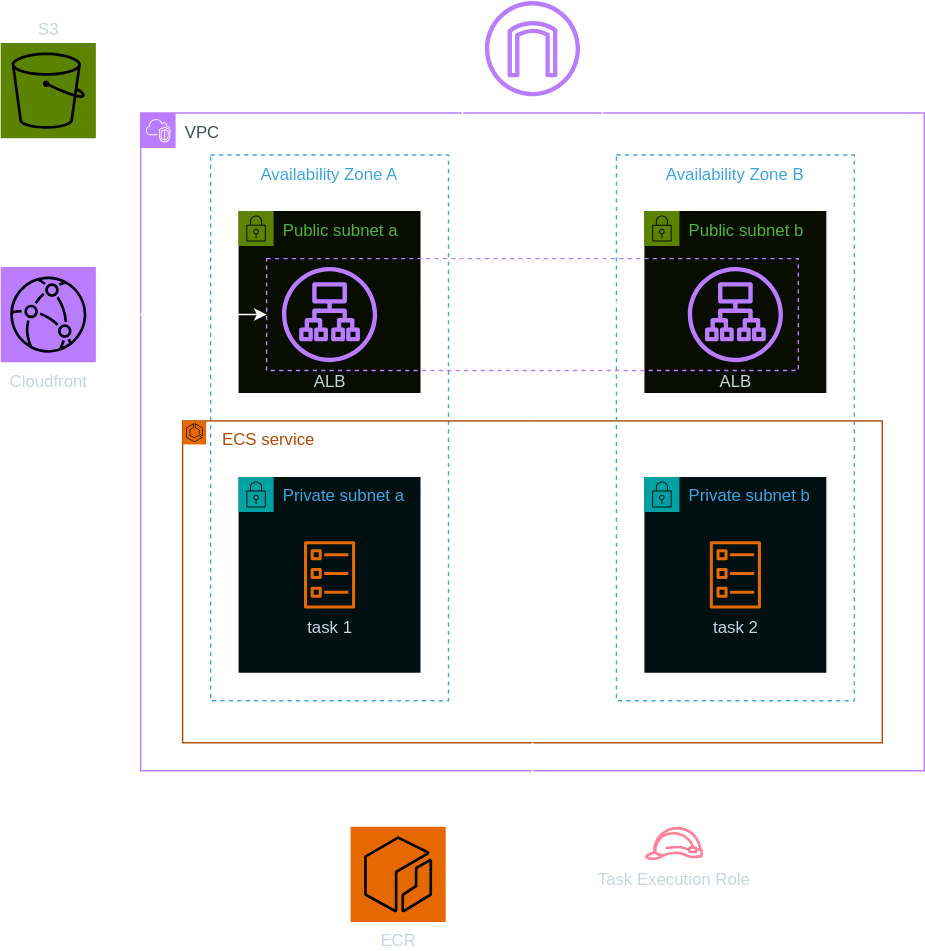
This is docs/media/lab_4_arch.drawio.svg from superluminar-io/aws_advanced_workshop, a draw.io export, as it was before one commit. Source tidied: cells renumbered, new cells last; positions are measured from the earlier drawing's top-left corner, leaving out a move shared by most shapes.
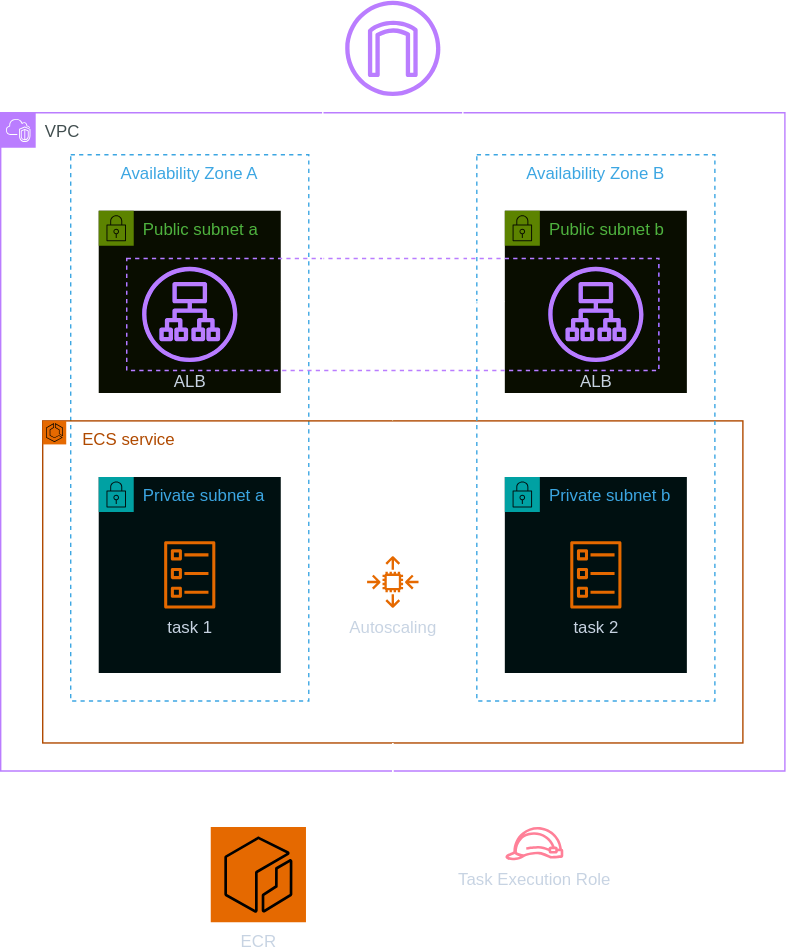
The same diagram one commit later.

Change to the diagram source:
```diff
@@ -20,6 +20,9 @@
     <mxCell id="7" style="sketch=0;fontColor=#232F3E;fillColor=#ED7100;strokeColor=#ffffff;dashed=0;verticalLabelPosition=bottom;verticalAlign=top;align=center;html=1;fontSize=12;fontStyle=0;shape=mxgraph.aws4.resourceIcon;resIcon=mxgraph.aws4.ecs;" parent="5" vertex="1">
       <mxGeometry width="16.8" height="16.8" as="geometry" />
     </mxCell>
+    <mxCell id="29" value="Autoscaling" style="sketch=0;fontColor=#232F3E;gradientColor=none;fillColor=#ED7100;strokeColor=none;dashed=0;verticalLabelPosition=bottom;verticalAlign=top;align=center;html=1;fontSize=12;fontStyle=0;shape=mxgraph.aws4.auto_scaling2;" parent="5" vertex="1">
+      <mxGeometry x="231.5" y="96.5" width="37" height="37" as="geometry" />
+    </mxCell>
     <mxCell id="8" value="Private subnet a" style="gradientColor=none;html=1;whiteSpace=wrap;fontSize=12;fontStyle=0;shape=mxgraph.aws4.group;grIcon=mxgraph.aws4.group_security_group;grStroke=0;strokeColor=#00A4A6;fillColor=#E6F6F7;verticalAlign=top;align=left;spacingLeft=30;fontColor=#147EBA;dashed=0;" parent="2" vertex="1">
       <mxGeometry x="70" y="260" width="130" height="140" as="geometry" />
     </mxCell>
@@ -86,17 +89,5 @@
     <mxCell id="24" style="edgeStyle=orthogonalEdgeStyle;rounded=0;jettySize=auto;html=1;" parent="1" edge="1" source="6" target="23">
       <mxGeometry relative="1" as="geometry" />
     </mxCell>
-    <mxCell id="25" style="edgeStyle=orthogonalEdgeStyle;rounded=0;jettySize=auto;html=1;entryX=0;entryY=0.5;entryDx=0;entryDy=0;" parent="1" edge="1" source="26" target="17">
-      <mxGeometry relative="1" as="geometry" />
-    </mxCell>
-    <mxCell id="26" value="Cloudfront" style="sketch=0;points=[[0,0,0],[0.25,0,0],[0.5,0,0],[0.75,0,0],[1,0,0],[0,1,0],[0.25,1,0],[0.5,1,0],[0.75,1,0],[1,1,0],[0,0.25,0],[0,0.5,0],[0,0.75,0],[1,0.25,0],[1,0.5,0],[1,0.75,0]];outlineConnect=0;fontColor=#232F3E;fillColor=#8C4FFF;strokeColor=#ffffff;dashed=0;verticalLabelPosition=bottom;verticalAlign=top;align=center;html=1;fontSize=12;fontStyle=0;shape=mxgraph.aws4.resourceIcon;resIcon=mxgraph.aws4.cloudfront;" parent="1" vertex="1">
-      <mxGeometry y="190" width="68" height="68" as="geometry" />
-    </mxCell>
-    <mxCell id="27" value="S3" style="sketch=0;points=[[0,0,0],[0.25,0,0],[0.5,0,0],[0.75,0,0],[1,0,0],[0,1,0],[0.25,1,0],[0.5,1,0],[0.75,1,0],[1,1,0],[0,0.25,0],[0,0.5,0],[0,0.75,0],[1,0.25,0],[1,0.5,0],[1,0.75,0]];outlineConnect=0;fontColor=#232F3E;fillColor=#7AA116;strokeColor=#ffffff;dashed=0;verticalLabelPosition=top;verticalAlign=bottom;align=center;html=1;fontSize=12;fontStyle=0;shape=mxgraph.aws4.resourceIcon;resIcon=mxgraph.aws4.s3;labelPosition=center;" parent="1" vertex="1">
-      <mxGeometry y="30" width="68" height="68" as="geometry" />
-    </mxCell>
-    <mxCell id="28" style="edgeStyle=orthogonalEdgeStyle;rounded=0;jettySize=auto;html=1;entryX=0.5;entryY=1;entryDx=0;entryDy=0;entryPerimeter=0;" parent="1" edge="1" source="26" target="27">
-      <mxGeometry relative="1" as="geometry" />
-    </mxCell>
   </root>
 </mxGraphModel>
```
